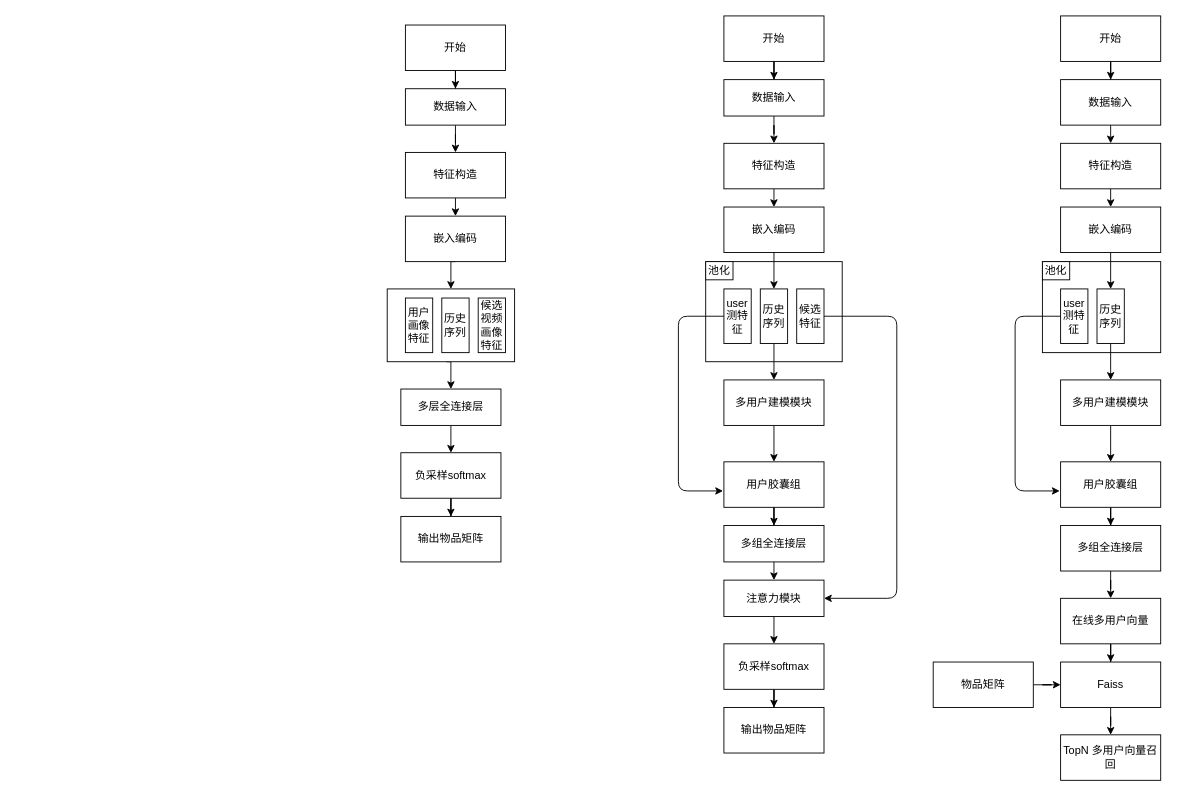
This is Untitled Diagram.drawio from zkailinzhang/12306-I-have-got-the-train-ticket., a draw.io file, before an edit. Source tidied: cells renumbered, new cells numbered last; positions are measured from the earlier drawing's top-left corner, leaving out a move shared by most shapes. Both pictures are drawn from the tidied source at 91%, with x=0, y=0 at pixel (387, 15).
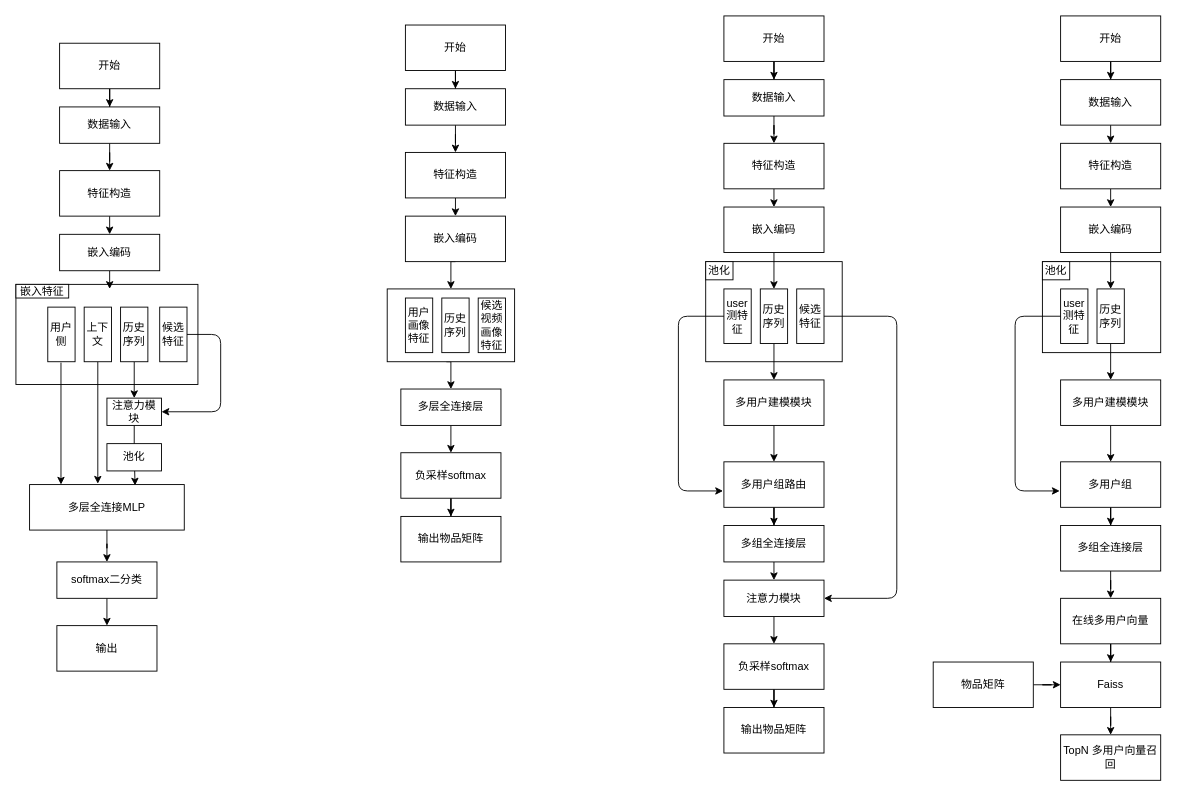
After the change.

Diff of the diagram source:
```diff
@@
-    <mxCell id="14" value="用户胶囊组" style="rounded=0;whiteSpace=wrap;html=1;" parent="1" vertex="1">
+    <mxCell id="14" value="多用户组路由" style="rounded=0;whiteSpace=wrap;html=1;" parent="1" vertex="1">
       <mxGeometry x="370" y="490" width="110" height="50" as="geometry" />
     </mxCell>
@@
-    <mxCell id="41" value="用户胶囊组" style="rounded=0;whiteSpace=wrap;html=1;" parent="1" vertex="1">
+    <mxCell id="41" value="多用户组" style="rounded=0;whiteSpace=wrap;html=1;" parent="1" vertex="1">
       <mxGeometry x="740" y="490" width="110" height="50" as="geometry" />
     </mxCell>
@@
+    <mxCell id="74" style="rounded=0;whiteSpace=wrap;html=1;" parent="1" vertex="1">
+      <mxGeometry x="-408" y="295" width="200" height="110" as="geometry" />
+    </mxCell>
+    <mxCell id="75" style="edgeStyle=orthogonalEdgeStyle;rounded=0;jettySize=auto;html=1;entryX=0.5;entryY=0;entryDx=0;entryDy=0;" parent="1" edge="1" source="76" target="78">
+      <mxGeometry relative="1" as="geometry" />
+    </mxCell>
+    <mxCell id="76" value="开始" style="rounded=0;whiteSpace=wrap;html=1;" parent="1" vertex="1">
+      <mxGeometry x="-360" y="30" width="110" height="50" as="geometry" />
+    </mxCell>
+    <mxCell id="77" style="edgeStyle=orthogonalEdgeStyle;rounded=0;jettySize=auto;html=1;entryX=0.5;entryY=0;entryDx=0;entryDy=0;" parent="1" edge="1" source="78" target="80">
+      <mxGeometry relative="1" as="geometry" />
+    </mxCell>
+    <mxCell id="78" value="数据输入" style="rounded=0;whiteSpace=wrap;html=1;" parent="1" vertex="1">
+      <mxGeometry x="-360" y="100" width="110" height="40" as="geometry" />
+    </mxCell>
+    <mxCell id="79" style="edgeStyle=orthogonalEdgeStyle;rounded=0;jettySize=auto;html=1;exitX=0.5;exitY=1;exitDx=0;exitDy=0;entryX=0.5;entryY=0;entryDx=0;entryDy=0;" parent="1" edge="1" source="80" target="82">
+      <mxGeometry relative="1" as="geometry" />
+    </mxCell>
+    <mxCell id="80" value="特征构造" style="rounded=0;whiteSpace=wrap;html=1;" parent="1" vertex="1">
+      <mxGeometry x="-360" y="170" width="110" height="50" as="geometry" />
+    </mxCell>
+    <mxCell id="81" style="edgeStyle=orthogonalEdgeStyle;rounded=0;jettySize=auto;html=1;exitX=0.5;exitY=1;exitDx=0;exitDy=0;" parent="1" edge="1" source="82">
+      <mxGeometry relative="1" as="geometry">
+        <mxPoint x="-305" y="300" as="targetPoint" />
+      </mxGeometry>
+    </mxCell>
+    <mxCell id="82" value="嵌入编码" style="rounded=0;whiteSpace=wrap;html=1;" parent="1" vertex="1">
+      <mxGeometry x="-360" y="240" width="110" height="40" as="geometry" />
+    </mxCell>
+    <mxCell id="83" style="edgeStyle=orthogonalEdgeStyle;rounded=0;jettySize=auto;html=1;entryX=0.682;entryY=0.02;entryDx=0;entryDy=0;entryPerimeter=0;" parent="1" edge="1" source="84" target="86">
+      <mxGeometry relative="1" as="geometry" />
+    </mxCell>
+    <mxCell id="84" value="注意力模块" style="rounded=0;whiteSpace=wrap;html=1;" parent="1" vertex="1">
+      <mxGeometry x="-308" y="420" width="60" height="30" as="geometry" />
+    </mxCell>
+    <mxCell id="85" style="edgeStyle=orthogonalEdgeStyle;rounded=0;jettySize=auto;html=1;entryX=0.5;entryY=0;entryDx=0;entryDy=0;" parent="1" edge="1" source="86" target="89">
+      <mxGeometry relative="1" as="geometry" />
+    </mxCell>
+    <mxCell id="86" value="&lt;span&gt;多层全连接MLP&lt;/span&gt;" style="rounded=0;whiteSpace=wrap;html=1;" parent="1" vertex="1">
+      <mxGeometry x="-393" y="515" width="170" height="50" as="geometry" />
+    </mxCell>
+    <mxCell id="87" value="输出" style="rounded=0;whiteSpace=wrap;html=1;" parent="1" vertex="1">
+      <mxGeometry x="-363" y="670" width="110" height="50" as="geometry" />
+    </mxCell>
+    <mxCell id="88" style="edgeStyle=orthogonalEdgeStyle;rounded=0;jettySize=auto;html=1;exitX=0.5;exitY=1;exitDx=0;exitDy=0;entryX=0.5;entryY=0;entryDx=0;entryDy=0;" parent="1" edge="1" source="89" target="87">
+      <mxGeometry relative="1" as="geometry" />
+    </mxCell>
+    <mxCell id="89" value="softmax二分类" style="rounded=0;whiteSpace=wrap;html=1;" parent="1" vertex="1">
+      <mxGeometry x="-363" y="600" width="110" height="40" as="geometry" />
+    </mxCell>
+    <mxCell id="90" value="用户侧" style="rounded=0;whiteSpace=wrap;html=1;" parent="1" vertex="1">
+      <mxGeometry x="-373" y="320" width="30" height="60" as="geometry" />
+    </mxCell>
+    <mxCell id="91" style="edgeStyle=orthogonalEdgeStyle;rounded=0;jettySize=auto;html=1;" parent="1" edge="1" source="92" target="84">
+      <mxGeometry relative="1" as="geometry" />
+    </mxCell>
+    <mxCell id="92" value="历史序列" style="rounded=0;whiteSpace=wrap;html=1;" parent="1" vertex="1">
+      <mxGeometry x="-293" y="320" width="30" height="60" as="geometry" />
+    </mxCell>
+    <mxCell id="93" style="edgeStyle=orthogonalEdgeStyle;rounded=0;jettySize=auto;html=1;entryX=0.441;entryY=-0.02;entryDx=0;entryDy=0;entryPerimeter=0;" parent="1" edge="1" source="94" target="86">
+      <mxGeometry relative="1" as="geometry" />
+    </mxCell>
+    <mxCell id="94" value="上下文" style="rounded=0;whiteSpace=wrap;html=1;" parent="1" vertex="1">
+      <mxGeometry x="-333" y="320" width="30" height="60" as="geometry" />
+    </mxCell>
+    <mxCell id="95" style="edgeStyle=elbowEdgeStyle;elbow=vertical;endArrow=classic;html=1;entryX=1;entryY=0.5;entryDx=0;entryDy=0;exitX=1;exitY=0.5;exitDx=0;exitDy=0;" parent="1" edge="1" source="96" target="84">
+      <mxGeometry relative="1" as="geometry">
+        <Array as="points">
+          <mxPoint x="-183" y="530" />
+          <mxPoint x="-413" y="540" />
+          <mxPoint x="-413" y="490" />
+          <mxPoint x="-453" y="450" />
+        </Array>
+      </mxGeometry>
+    </mxCell>
+    <mxCell id="96" value="候选特征" style="rounded=0;whiteSpace=wrap;html=1;" parent="1" vertex="1">
+      <mxGeometry x="-250" y="320" width="30" height="60" as="geometry" />
+    </mxCell>
+    <mxCell id="97" value="池化" style="rounded=0;whiteSpace=wrap;html=1;" parent="1" vertex="1">
+      <mxGeometry x="-308" y="470" width="60" height="30" as="geometry" />
+    </mxCell>
+    <mxCell id="98" style="edgeStyle=orthogonalEdgeStyle;rounded=0;orthogonalLoop=1;jettySize=auto;html=1;entryX=0.441;entryY=-0.02;entryDx=0;entryDy=0;entryPerimeter=0;" parent="1" edge="1">
+      <mxGeometry relative="1" as="geometry">
+        <mxPoint x="-358.5" y="381" as="sourcePoint" />
+        <mxPoint x="-358.5" y="515" as="targetPoint" />
+      </mxGeometry>
+    </mxCell>
+    <mxCell id="99" value="嵌入特征" style="rounded=0;whiteSpace=wrap;html=1;" parent="1" vertex="1">
+      <mxGeometry x="-408" y="295" width="58" height="15" as="geometry" />
+    </mxCell>
```
